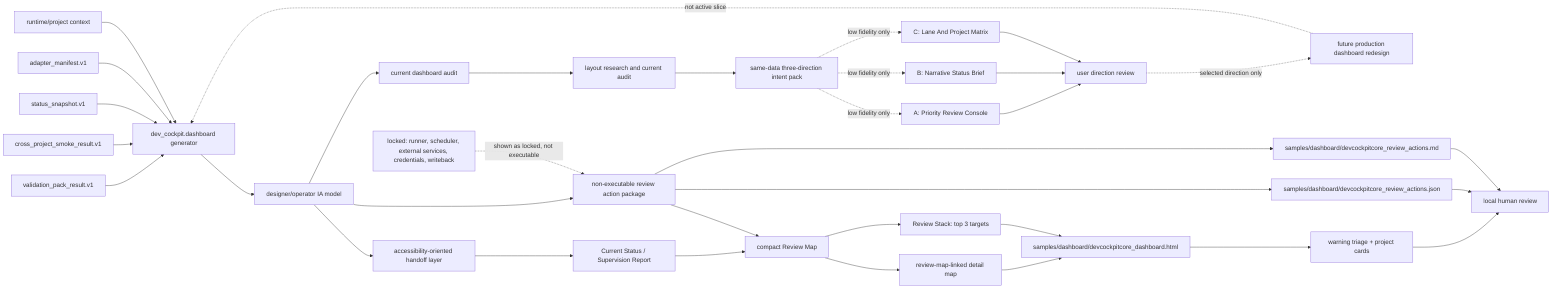
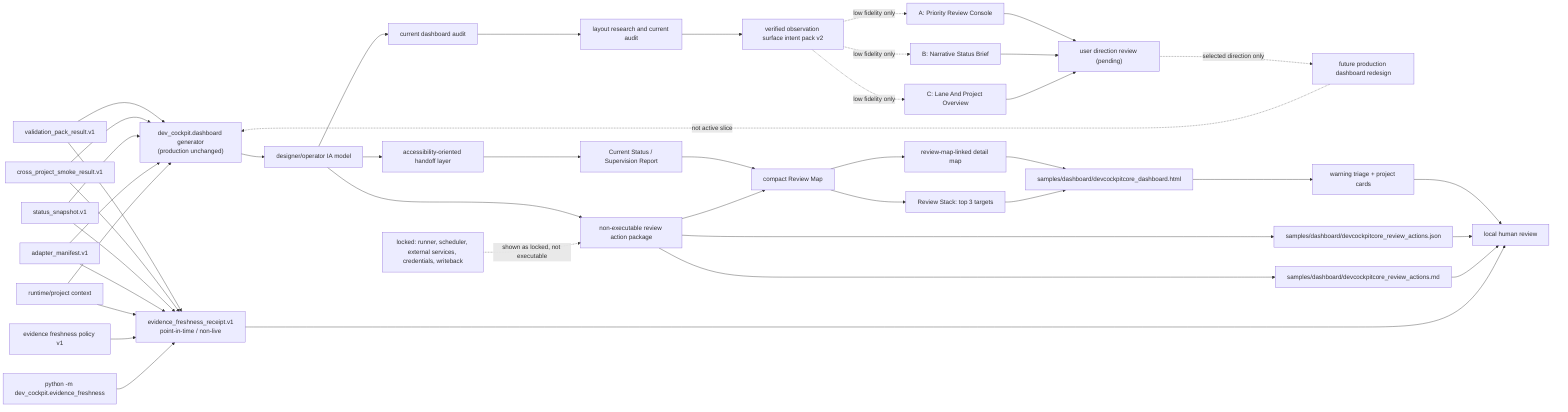
flowchart LR
    VP["validation_pack_result.v1"]
    SM["cross_project_smoke_result.v1"]
    SS["status_snapshot.v1"]
    AD["adapter_manifest.v1"]
    RT["runtime/project context"]
-     GEN["dev_cockpit.dashboard generator"]
+     GEN["dev_cockpit.dashboard generator<br/>(production unchanged)"]
    IA["designer/operator IA model"]
    AUDIT["current dashboard audit"]
    RESEARCH["layout research and current audit"]
-     INTENT_PACK["same-data three-direction intent pack"]
+     INTENT_PACK["verified observation surface intent pack v2"]
    OPTION_A["A: Priority Review Console"]
    OPTION_B["B: Narrative Status Brief"]
-     OPTION_C["C: Lane And Project Matrix"]
-     USER_REVIEW["user direction review"]
+     OPTION_C["C: Lane And Project Overview"]
+     USER_REVIEW["user direction review (pending)"]
    REDESIGN["future production dashboard redesign"]
    ACT["non-executable review action package"]
    A11Y["accessibility-oriented handoff layer"]
    REPORT["Current Status / Supervision Report"]
    MAP["compact Review Map"]
    STACK["Review Stack: top 3 targets"]
    DETAIL["review-map-linked detail map"]
    HTML["samples/dashboard/devcockpitcore_dashboard.html"]
    JSON["samples/dashboard/devcockpitcore_review_actions.json"]
    MD["samples/dashboard/devcockpitcore_review_actions.md"]
    TRIAGE["warning triage + project cards"]
    REVIEW["local human review"]
+     FRESH_POLICY["evidence freshness policy v1"]
+     FRESH_CLI["python -m dev_cockpit.evidence_freshness"]
+     FRESH_RECEIPT["evidence_freshness_receipt.v1<br/>point-in-time / non-live"]

    VP --> GEN
    SM --> GEN
    SS --> GEN
    AD --> GEN
    RT --> GEN
+     VP --> FRESH_RECEIPT
+     SM --> FRESH_RECEIPT
+     SS --> FRESH_RECEIPT
+     AD --> FRESH_RECEIPT
+     RT --> FRESH_RECEIPT
+     FRESH_POLICY --> FRESH_RECEIPT
+     FRESH_CLI --> FRESH_RECEIPT
    GEN --> IA
    IA --> AUDIT
    AUDIT --> RESEARCH
    RESEARCH --> INTENT_PACK
    INTENT_PACK -. "low fidelity only" .-> OPTION_A
    INTENT_PACK -. "low fidelity only" .-> OPTION_B
    INTENT_PACK -. "low fidelity only" .-> OPTION_C
    OPTION_A --> USER_REVIEW
    OPTION_B --> USER_REVIEW
    OPTION_C --> USER_REVIEW
    USER_REVIEW -. "selected direction only" .-> REDESIGN
    REDESIGN -. "not active slice" .-> GEN
    IA --> ACT
    IA --> A11Y
    A11Y --> REPORT
    REPORT --> MAP
    MAP --> STACK
    MAP --> DETAIL
    DETAIL --> HTML
    STACK --> HTML
    ACT --> JSON
    ACT --> MD
    ACT --> MAP
    HTML --> TRIAGE
    TRIAGE --> REVIEW
    JSON --> REVIEW
    MD --> REVIEW
+     FRESH_RECEIPT --> REVIEW

    LOCK["locked: runner, scheduler, external services, credentials, writeback"]
    LOCK -. "shown as locked, not executable" .-> ACT
